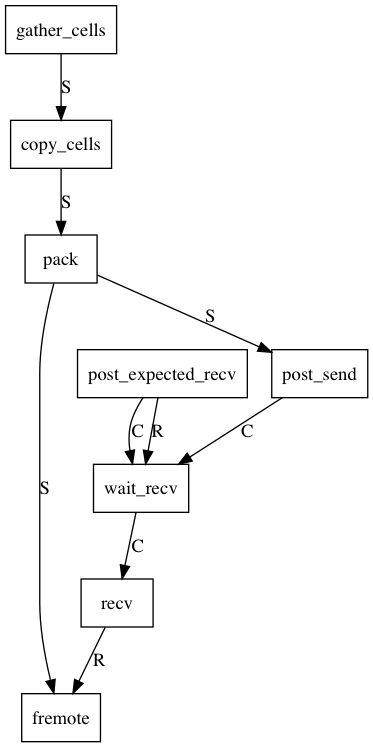
Earlier version of the Graphviz export doc/remote/graphviz/deps.png (uDeviceX/uDeviceX). Its source is kept beside it as doc/remote/graphviz/deps.gv.
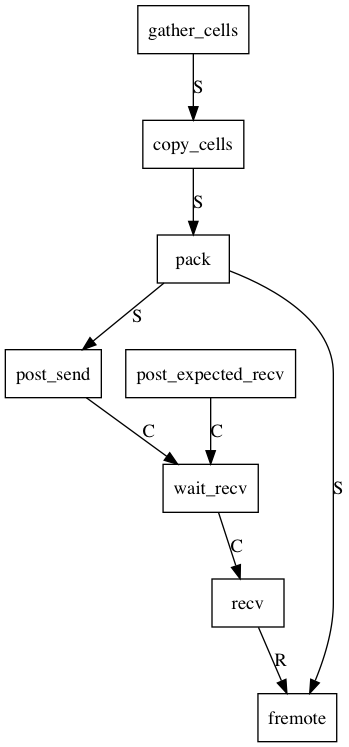
After the commit.

The edit, as a diff of the source:
```diff
@@ -6,6 +6,5 @@
 		recv->fremote [label="R"];
 		pack->fremote [label="S"];
 		post_expected_recv->wait_recv [label="C"];
-		post_expected_recv->wait_recv [label="R"];
 	}
 }
```
